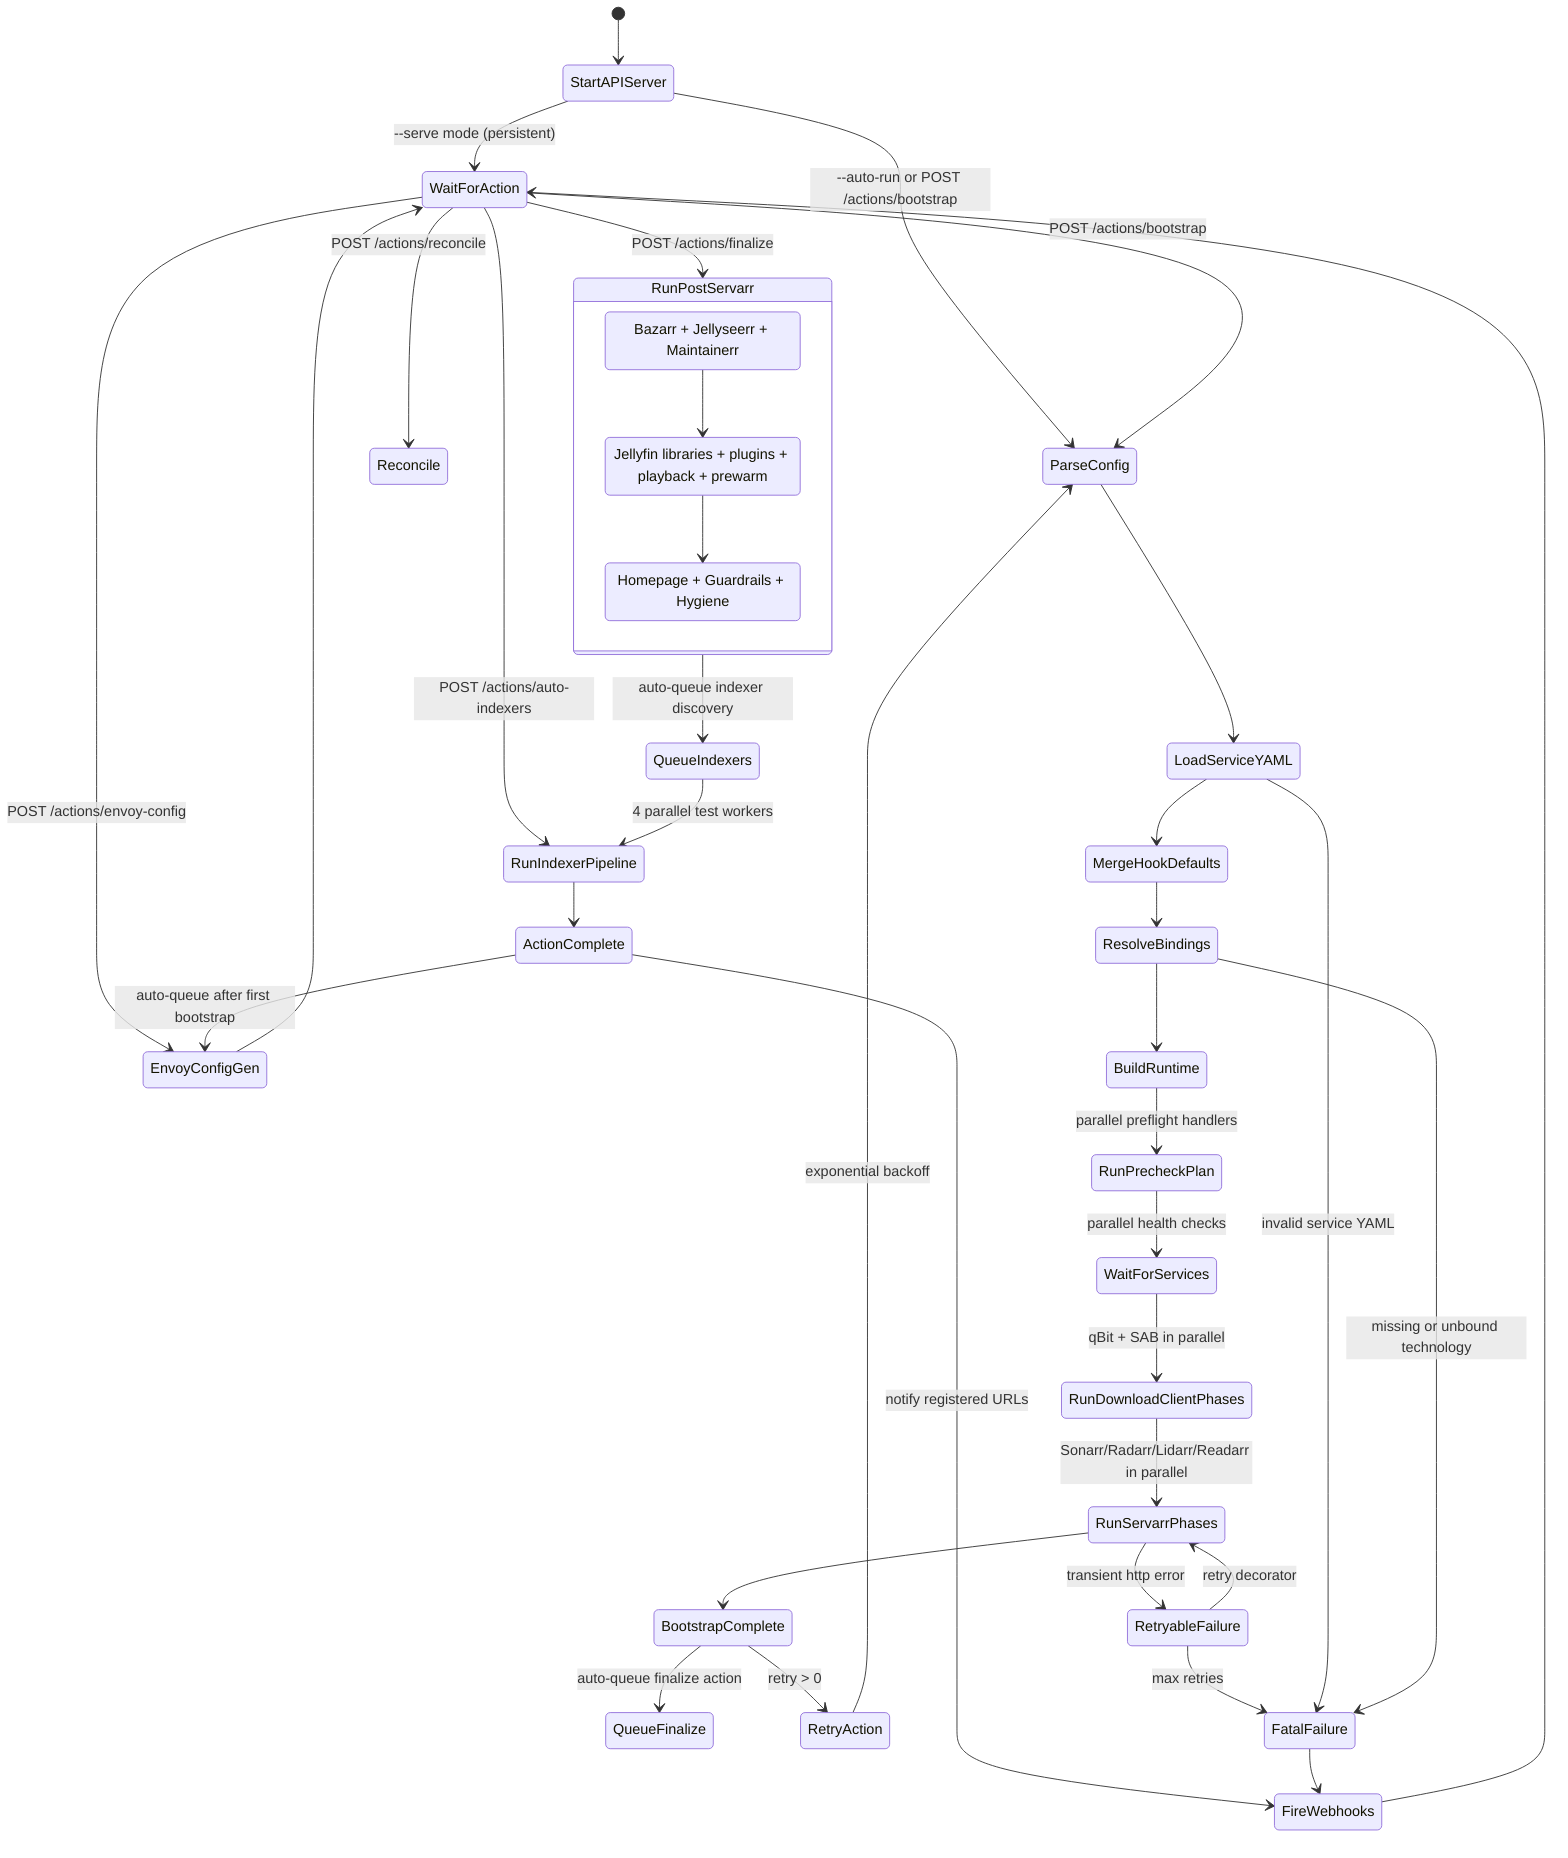
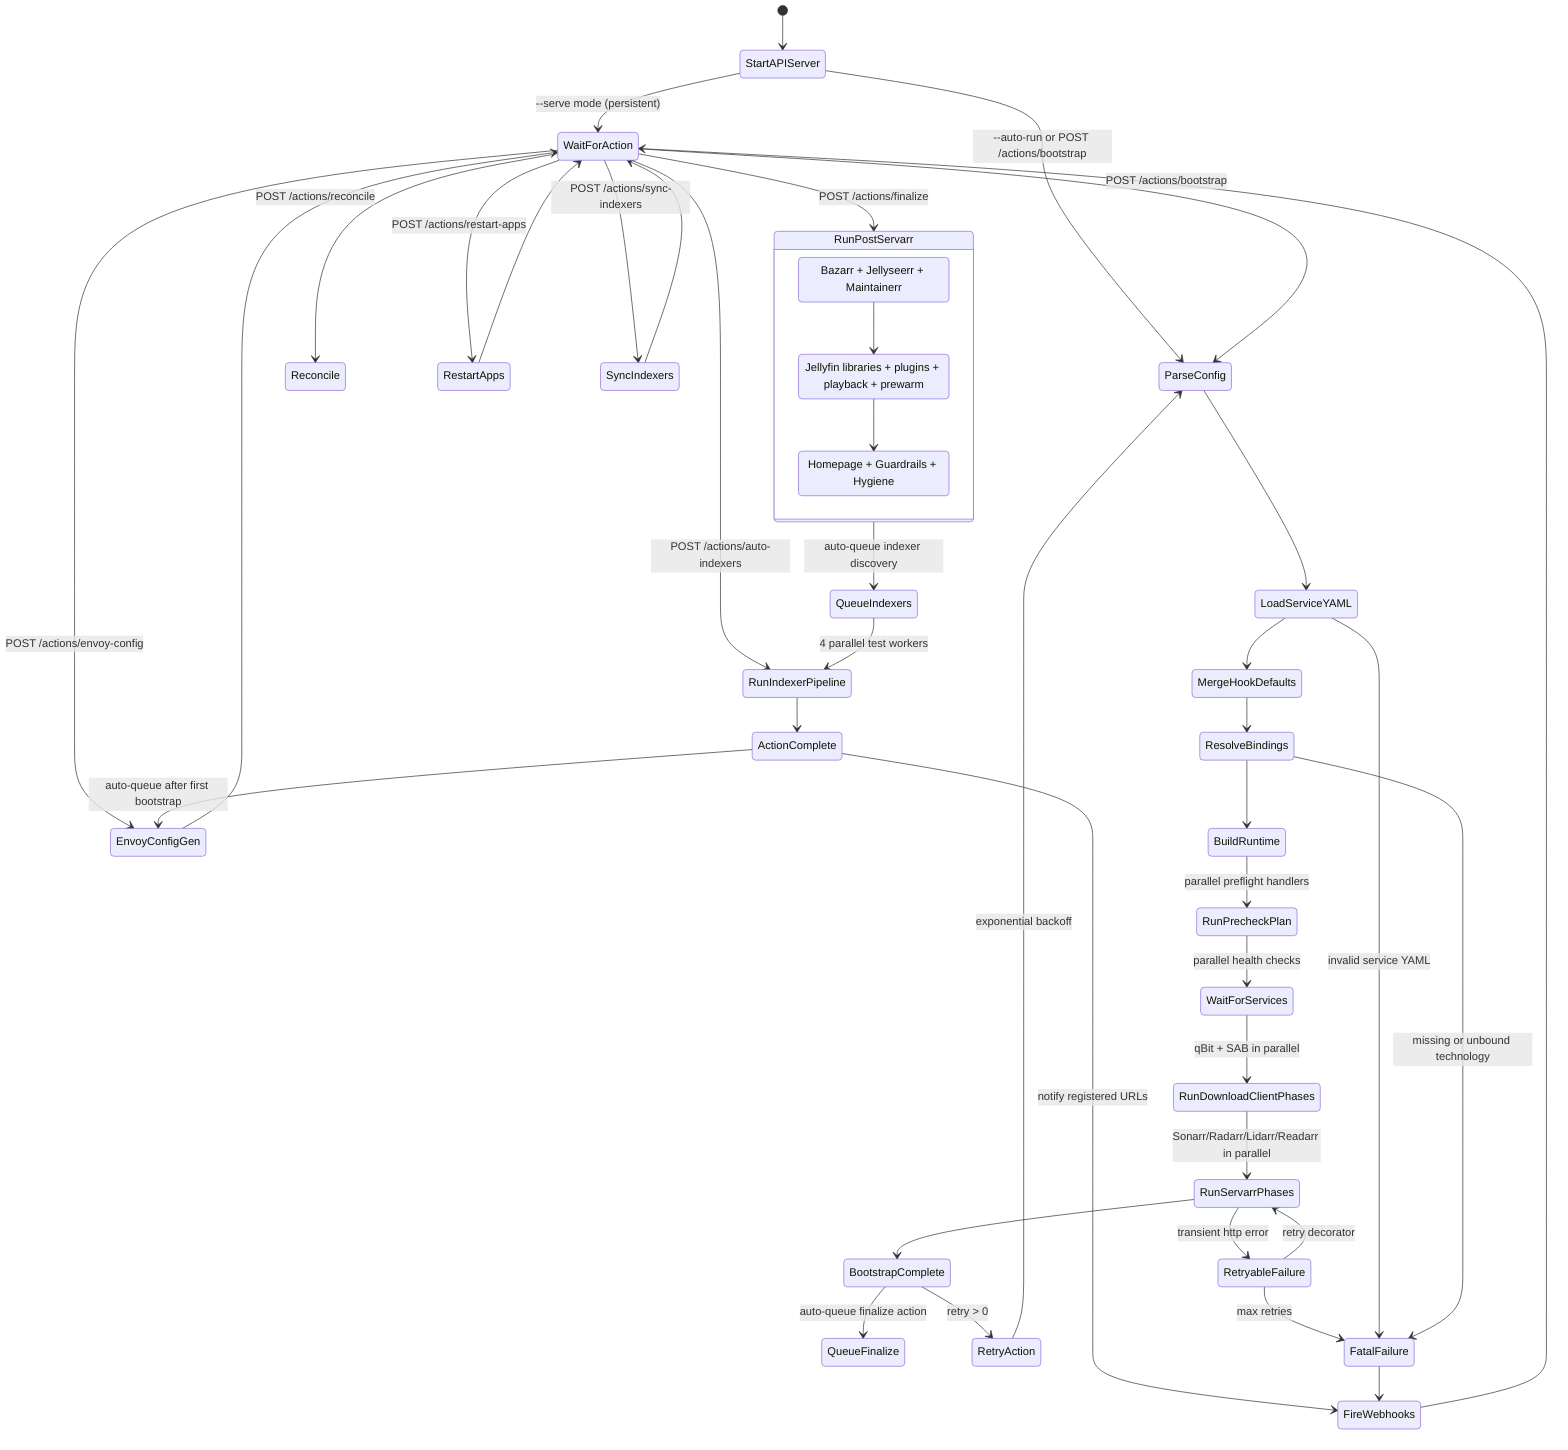
stateDiagram-v2
  [*] --> StartAPIServer
  StartAPIServer --> WaitForAction: --serve mode (persistent)
  StartAPIServer --> ParseConfig: --auto-run or POST /actions/bootstrap

  WaitForAction --> ParseConfig: POST /actions/bootstrap
  WaitForAction --> RunPostServarr: POST /actions/finalize
  WaitForAction --> RunIndexerPipeline: POST /actions/auto-indexers
  WaitForAction --> EnvoyConfigGen: POST /actions/envoy-config
  WaitForAction --> Reconcile: POST /actions/reconcile
+   WaitForAction --> RestartApps: POST /actions/restart-apps
+   WaitForAction --> SyncIndexers: POST /actions/sync-indexers
+   RestartApps --> WaitForAction
+   SyncIndexers --> WaitForAction

  ParseConfig --> LoadServiceYAML
  LoadServiceYAML --> MergeHookDefaults
  MergeHookDefaults --> ResolveBindings
  ResolveBindings --> BuildRuntime

  BuildRuntime --> RunPrecheckPlan: parallel preflight handlers
  RunPrecheckPlan --> WaitForServices: parallel health checks
  WaitForServices --> RunDownloadClientPhases: qBit + SAB in parallel
  RunDownloadClientPhases --> RunServarrPhases: Sonarr/Radarr/Lidarr/Readarr in parallel
  RunServarrPhases --> BootstrapComplete
  BootstrapComplete --> QueueFinalize: auto-queue finalize action

  state RunPostServarr {
    PostServarrPreMedia: Bazarr + Jellyseerr + Maintainerr
    MediaServerPlan: Jellyfin libraries + plugins + playback + prewarm
    PostServarrPostMedia: Homepage + Guardrails + Hygiene
    PostServarrPreMedia --> MediaServerPlan
    MediaServerPlan --> PostServarrPostMedia
  }

  RunPostServarr --> QueueIndexers: auto-queue indexer discovery
  QueueIndexers --> RunIndexerPipeline: 4 parallel test workers
  RunIndexerPipeline --> ActionComplete
  ActionComplete --> EnvoyConfigGen: auto-queue after first bootstrap
  EnvoyConfigGen --> WaitForAction

  BootstrapComplete --> RetryAction: retry > 0
  RetryAction --> ParseConfig: exponential backoff

  RunServarrPhases --> RetryableFailure: transient http error
  RetryableFailure --> RunServarrPhases: retry decorator
  RetryableFailure --> FatalFailure: max retries

  ActionComplete --> FireWebhooks: notify registered URLs
  FatalFailure --> FireWebhooks
  FireWebhooks --> WaitForAction

  LoadServiceYAML --> FatalFailure: invalid service YAML
  ResolveBindings --> FatalFailure: missing or unbound technology
